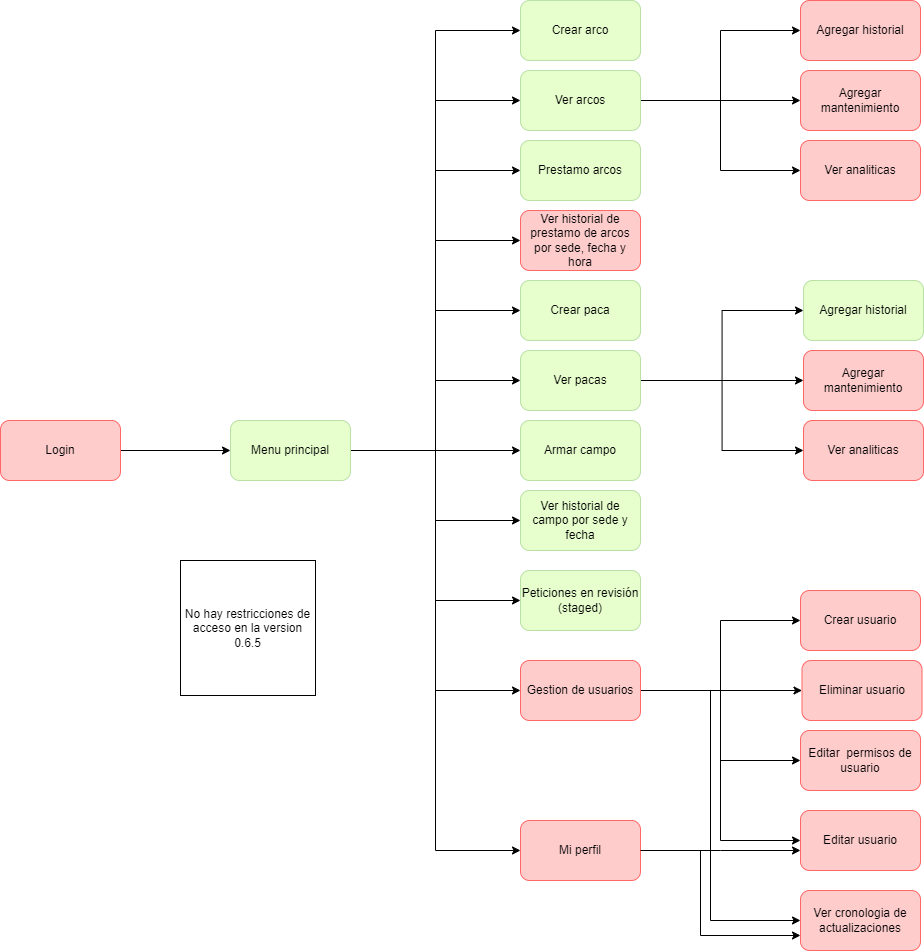
Above: src/assets/pantallas.png in JuanDiegoEcheverryP/Ullises-web (draw.io), before the change. Source tidied: cells renumbered, new cells last; positions are measured from the earlier drawing's top-left corner, leaving out a move shared by most shapes.
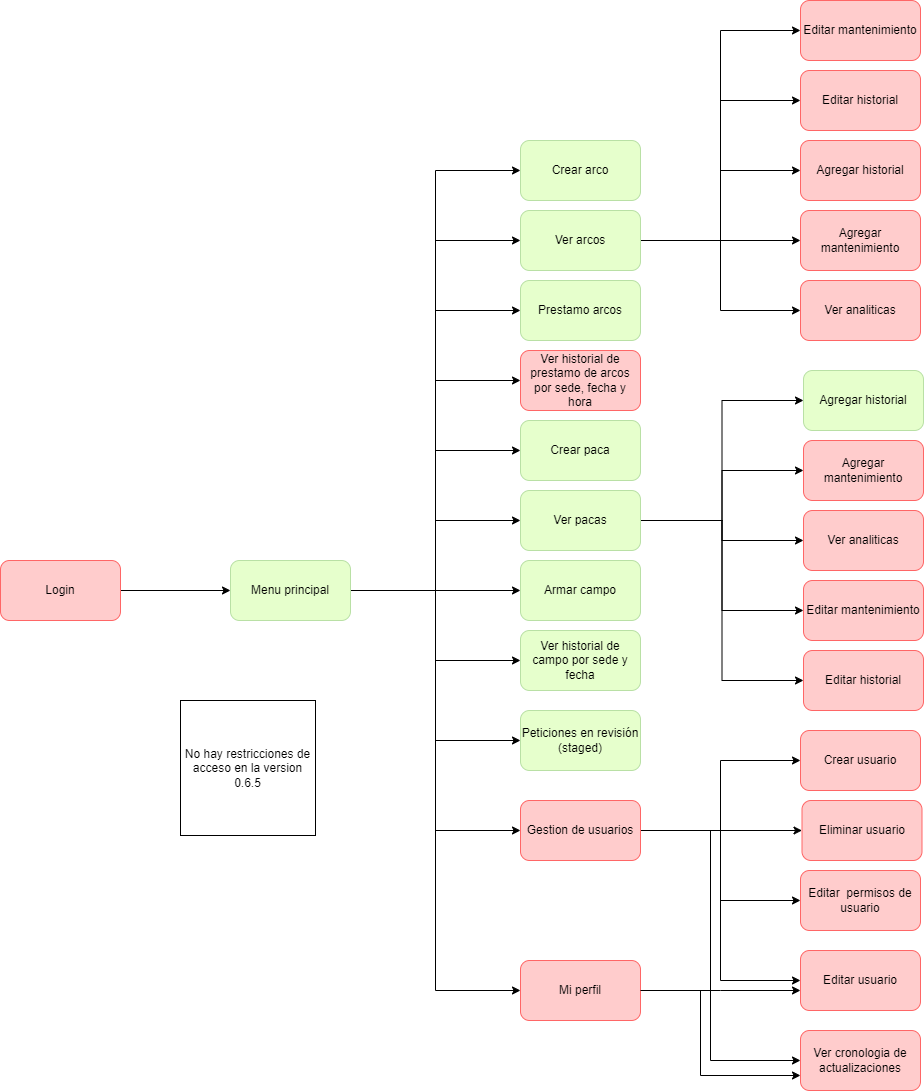
Above is the later version.

Commit message:
Se agrega codigo de diagramas y actualizacion de diagrama de pantallas

What changed in the source:
```diff
@@ -65,6 +65,12 @@
     <mxCell id="22" style="edgeStyle=orthogonalEdgeStyle;rounded=0;jettySize=auto;html=1;entryX=0;entryY=0.5;entryDx=0;entryDy=0;" parent="1" edge="1" source="23" target="32">
       <mxGeometry relative="1" as="geometry" />
     </mxCell>
+    <mxCell id="52" style="edgeStyle=orthogonalEdgeStyle;rounded=0;jettySize=auto;html=1;entryX=0;entryY=0.5;entryDx=0;entryDy=0;" parent="1" edge="1" source="23" target="56">
+      <mxGeometry relative="1" as="geometry" />
+    </mxCell>
+    <mxCell id="53" style="edgeStyle=orthogonalEdgeStyle;rounded=0;jettySize=auto;html=1;entryX=0;entryY=0.5;entryDx=0;entryDy=0;" parent="1" edge="1" source="23" target="57">
+      <mxGeometry relative="1" as="geometry" />
+    </mxCell>
     <mxCell id="23" value="Ver arcos" style="rounded=1;whiteSpace=wrap;html=1;fillColor=#E6FFCC;strokeColor=#B9E0A5;" parent="1" vertex="1">
       <mxGeometry x="520" y="70" width="120" height="60" as="geometry" />
     </mxCell>
@@ -77,6 +83,12 @@
     <mxCell id="26" style="edgeStyle=orthogonalEdgeStyle;rounded=0;jettySize=auto;html=1;entryX=0;entryY=0.5;entryDx=0;entryDy=0;" parent="1" edge="1" source="27" target="35">
       <mxGeometry relative="1" as="geometry" />
     </mxCell>
+    <mxCell id="54" style="edgeStyle=orthogonalEdgeStyle;rounded=0;jettySize=auto;html=1;entryX=0;entryY=0.5;entryDx=0;entryDy=0;" parent="1" edge="1" source="27" target="59">
+      <mxGeometry relative="1" as="geometry" />
+    </mxCell>
+    <mxCell id="55" style="edgeStyle=orthogonalEdgeStyle;rounded=0;jettySize=auto;html=1;entryX=0;entryY=0.5;entryDx=0;entryDy=0;" parent="1" edge="1" source="27" target="58">
+      <mxGeometry relative="1" as="geometry" />
+    </mxCell>
     <mxCell id="27" value="Ver pacas" style="rounded=1;whiteSpace=wrap;html=1;fillColor=#E6FFCC;strokeColor=#B9E0A5;" parent="1" vertex="1">
       <mxGeometry x="520" y="350" width="120" height="60" as="geometry" />
     </mxCell>
@@ -96,13 +108,13 @@
       <mxGeometry x="800" y="140" width="120" height="60" as="geometry" />
     </mxCell>
     <mxCell id="33" value="Agregar historial" style="whiteSpace=wrap;html=1;rounded=1;fillColor=#E6FFCC;strokeColor=#B9E0A5;" parent="1" vertex="1">
-      <mxGeometry x="803" y="280" width="120" height="60" as="geometry" />
+      <mxGeometry x="803" y="230" width="120" height="60" as="geometry" />
     </mxCell>
     <mxCell id="34" value="Agregar mantenimiento" style="whiteSpace=wrap;html=1;rounded=1;fillColor=#FFCCCC;strokeColor=#FF6666;" parent="1" vertex="1">
-      <mxGeometry x="803" y="350" width="120" height="60" as="geometry" />
+      <mxGeometry x="803" y="300" width="120" height="60" as="geometry" />
     </mxCell>
     <mxCell id="35" value="Ver analiticas" style="whiteSpace=wrap;html=1;rounded=1;fillColor=#FFCCCC;strokeColor=#FF6666;" parent="1" vertex="1">
-      <mxGeometry x="803" y="420" width="120" height="60" as="geometry" />
+      <mxGeometry x="803" y="370" width="120" height="60" as="geometry" />
     </mxCell>
     <mxCell id="36" style="edgeStyle=orthogonalEdgeStyle;rounded=0;jettySize=auto;html=1;entryX=0;entryY=0.5;entryDx=0;entryDy=0;" parent="1" edge="1" source="41" target="44">
       <mxGeometry relative="1" as="geometry" />
@@ -164,5 +176,17 @@
     <mxCell id="51" value="Ver cronologia de actualizaciones" style="whiteSpace=wrap;html=1;fillColor=#FFCCCC;strokeColor=#FF6666;rounded=1;" parent="1" vertex="1">
       <mxGeometry x="800" y="890" width="120" height="60" as="geometry" />
     </mxCell>
+    <mxCell id="56" value="Editar historial" style="whiteSpace=wrap;html=1;rounded=1;fillColor=#FFCCCC;strokeColor=#FF6666;" parent="1" vertex="1">
+      <mxGeometry x="800" y="-70" width="120" height="60" as="geometry" />
+    </mxCell>
+    <mxCell id="57" value="Editar mantenimiento" style="whiteSpace=wrap;html=1;rounded=1;fillColor=#FFCCCC;strokeColor=#FF6666;" parent="1" vertex="1">
+      <mxGeometry x="800" y="-140" width="120" height="60" as="geometry" />
+    </mxCell>
+    <mxCell id="58" value="Editar historial" style="whiteSpace=wrap;html=1;rounded=1;fillColor=#FFCCCC;strokeColor=#FF6666;" parent="1" vertex="1">
+      <mxGeometry x="803" y="510" width="120" height="60" as="geometry" />
+    </mxCell>
+    <mxCell id="59" value="Editar mantenimiento" style="whiteSpace=wrap;html=1;rounded=1;fillColor=#FFCCCC;strokeColor=#FF6666;" parent="1" vertex="1">
+      <mxGeometry x="803" y="440" width="120" height="60" as="geometry" />
+    </mxCell>
   </root>
 </mxGraphModel>
```
